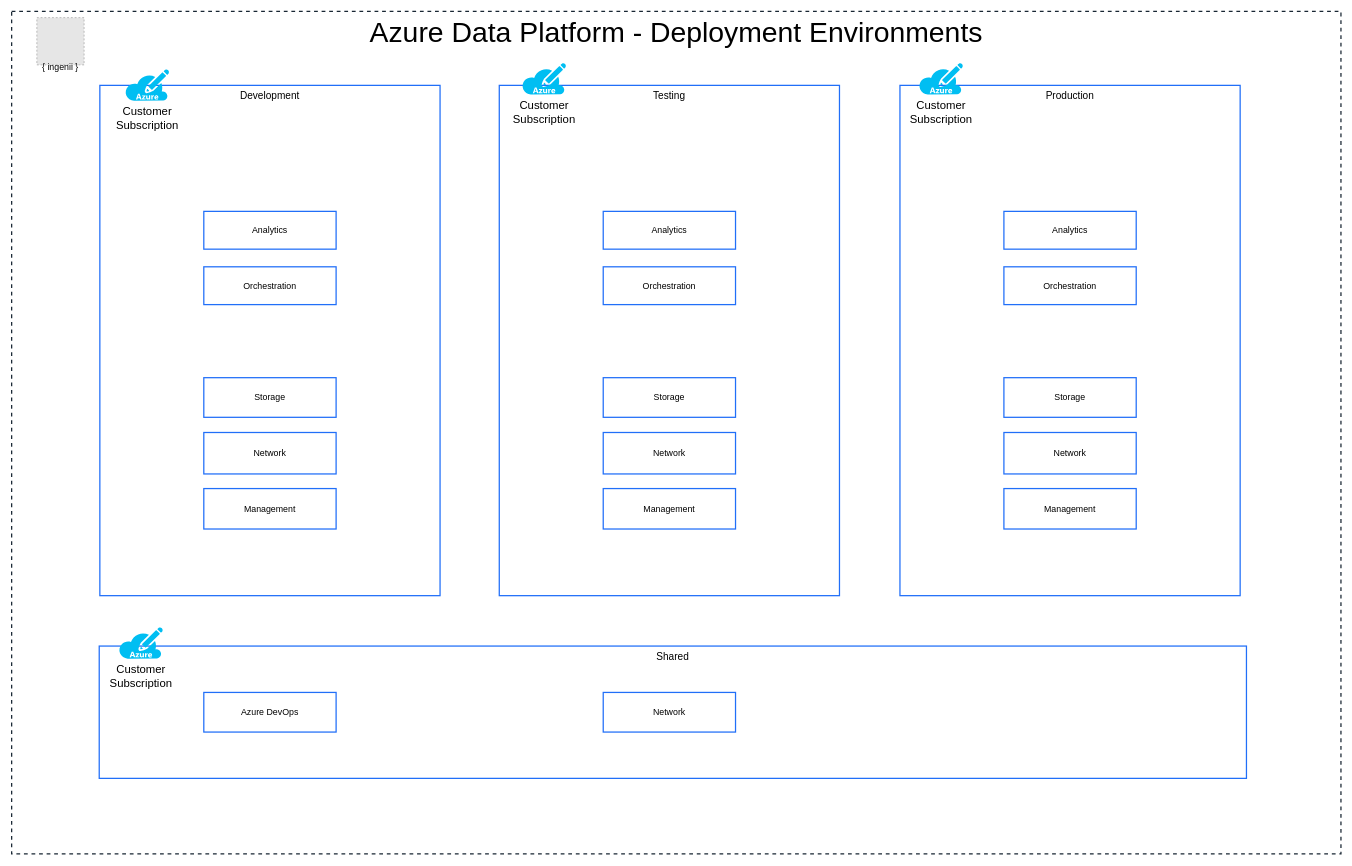
Before: docs/assets/adp-design-deployment-environments.drawio in rising-star92/python-azure-data-paltform, a draw.io diagram. Source tidied: cells renumbered, new cells numbered last; positions are measured from the earlier drawing's top-left corner, leaving out a move shared by most shapes. Both pictures are drawn from the tidied source at 63%, with x=0, y=0 at pixel (11, 11). Pictures stored in the file or linked from it are replaced by grey dashed boxes.
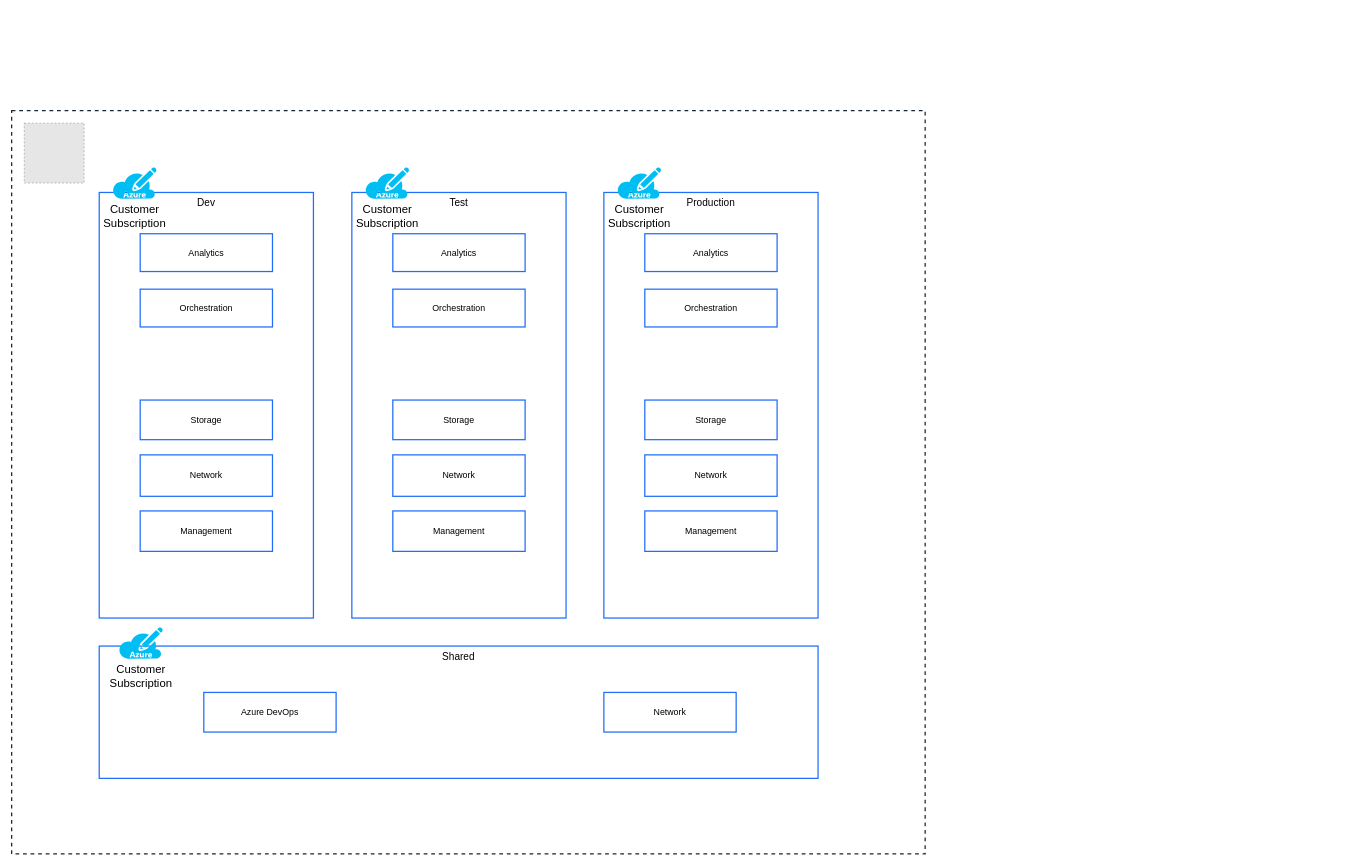
The same diagram, later.

What changed in the source:
```diff
@@
-    <mxCell id="2" value="Azure Data Platform - Deployment Environments" style="rounded=0;whiteSpace=wrap;html=1;dashed=1;labelBackgroundColor=none;sketch=0;fontSize=45;align=center;verticalAlign=top;fillColor=#FFFFFF;strokeColor=#182633;strokeWidth=2;fontStyle=0;" parent="1" vertex="1">
-      <mxGeometry y="0.5" width="2110" height="1337.5" as="geometry" />
+    <mxCell id="2" style="rounded=0;whiteSpace=wrap;html=1;dashed=1;labelBackgroundColor=none;sketch=0;fontSize=45;align=center;verticalAlign=top;fillColor=#FFFFFF;strokeColor=#182633;strokeWidth=2;fontStyle=0;" parent="1" vertex="1">
+      <mxGeometry y="158" width="1450" height="1180" as="geometry" />
     </mxCell>
-    <mxCell id="3" value="Development" style="rounded=0;whiteSpace=wrap;html=1;labelPosition=center;verticalLabelPosition=middle;align=center;verticalAlign=top;horizontal=1;direction=south;fontSize=16;sketch=0;fillColor=none;strokeWidth=2;strokeColor=#216FF8;fontStyle=0;" parent="1" vertex="1">
-      <mxGeometry x="140" y="118" width="540" height="810" as="geometry" />
-    </mxCell>
-    <mxCell id="4" value="{ ingenii }" style="fillColor=#E6E6E6;strokeColor=#999999;dashed=1;verticalLabelPosition=bottom;verticalAlign=top;fontSize=14;labelPosition=center;align=center;spacing=-10;fontStyle=0;" parent="1" vertex="1">
-      <mxGeometry x="40" y="10.5" width="75" height="75" as="geometry" />
-    </mxCell>
@@
-    <mxCell id="6" value="&lt;span style=&quot;font-size: 14px;&quot;&gt;Storage&lt;/span&gt;" style="rounded=0;whiteSpace=wrap;html=1;shadow=0;labelBackgroundColor=none;sketch=0;fontSize=14;verticalAlign=middle;fillStyle=zigzag;fillColor=none;strokeWidth=2;strokeColor=#216FF8;fontStyle=0;" parent="1" vertex="1">
-      <mxGeometry x="305" y="582" width="210" height="62.9" as="geometry" />
-    </mxCell>
-    <mxCell id="7" value="&lt;span style=&quot;font-size: 14px&quot;&gt;Network&lt;/span&gt;" style="rounded=0;whiteSpace=wrap;html=1;shadow=0;labelBackgroundColor=none;sketch=0;fontSize=14;verticalAlign=middle;fillStyle=zigzag;fillColor=none;strokeWidth=2;strokeColor=#216FF8;fontStyle=0;" parent="1" vertex="1">
-      <mxGeometry x="305" y="669" width="210" height="65.8" as="geometry" />
-    </mxCell>
-    <mxCell id="8" value="&lt;span style=&quot;font-size: 14px&quot;&gt;Management&lt;/span&gt;" style="rounded=0;whiteSpace=wrap;html=1;shadow=0;labelBackgroundColor=none;sketch=0;fontSize=14;verticalAlign=middle;fillStyle=zigzag;fillColor=none;strokeWidth=2;strokeColor=#216FF8;fontStyle=0;" parent="1" vertex="1">
-      <mxGeometry x="305" y="758" width="210" height="64.2" as="geometry" />
-    </mxCell>
-    <mxCell id="9" value="&lt;span style=&quot;font-size: 14px&quot;&gt;Orchestration&lt;/span&gt;" style="whiteSpace=wrap;html=1;shadow=0;labelBackgroundColor=none;sketch=0;fontSize=14;verticalAlign=middle;fillStyle=zigzag;fillColor=none;strokeWidth=2;strokeColor=#216FF8;fontStyle=0;" parent="1" vertex="1">
-      <mxGeometry x="305" y="406" width="210" height="60" as="geometry" />
-    </mxCell>
-    <mxCell id="10" value="&lt;span style=&quot;font-size: 14px&quot;&gt;Analytics&lt;/span&gt;" style="whiteSpace=wrap;html=1;shadow=0;labelBackgroundColor=none;sketch=0;fontSize=14;verticalAlign=middle;fillColor=none;strokeWidth=2;strokeColor=#216FF8;fontStyle=0;" parent="1" vertex="1">
-      <mxGeometry x="305" y="318" width="210" height="60" as="geometry" />
-    </mxCell>
-    <mxCell id="11" value="Testing" style="rounded=0;whiteSpace=wrap;html=1;labelPosition=center;verticalLabelPosition=middle;align=center;verticalAlign=top;horizontal=1;direction=south;fontSize=16;sketch=0;strokeWidth=2;fillColor=none;strokeColor=#216FF8;fontStyle=0;" parent="1" vertex="1">
-      <mxGeometry x="774" y="118" width="540" height="810" as="geometry" />
-    </mxCell>
-    <mxCell id="12" value="&lt;span style=&quot;font-size: 14px;&quot;&gt;Storage&lt;/span&gt;" style="rounded=0;whiteSpace=wrap;html=1;shadow=0;labelBackgroundColor=none;sketch=0;fontSize=14;verticalAlign=middle;fillStyle=zigzag;fillColor=none;strokeWidth=2;strokeColor=#216FF8;fontStyle=0;" parent="1" vertex="1">
-      <mxGeometry x="939" y="582" width="210" height="62.9" as="geometry" />
-    </mxCell>
-    <mxCell id="13" value="&lt;span style=&quot;font-size: 14px&quot;&gt;Network&lt;/span&gt;" style="rounded=0;whiteSpace=wrap;html=1;shadow=0;labelBackgroundColor=none;sketch=0;fontSize=14;verticalAlign=middle;fillStyle=zigzag;fillColor=none;strokeWidth=2;strokeColor=#216FF8;fontStyle=0;" parent="1" vertex="1">
-      <mxGeometry x="939" y="669" width="210" height="65.8" as="geometry" />
-    </mxCell>
-    <mxCell id="14" value="&lt;span style=&quot;font-size: 14px&quot;&gt;Management&lt;/span&gt;" style="rounded=0;whiteSpace=wrap;html=1;shadow=0;labelBackgroundColor=none;sketch=0;fontSize=14;verticalAlign=middle;fillStyle=zigzag;fillColor=none;strokeWidth=2;strokeColor=#216FF8;fontStyle=0;" parent="1" vertex="1">
-      <mxGeometry x="939" y="758" width="210" height="64.2" as="geometry" />
-    </mxCell>
-    <mxCell id="15" value="&lt;span&gt;Orchestration&lt;/span&gt;" style="whiteSpace=wrap;html=1;shadow=0;labelBackgroundColor=none;sketch=0;fontSize=14;verticalAlign=middle;fillStyle=zigzag;fillColor=none;strokeWidth=2;strokeColor=#216FF8;fontStyle=0;" parent="1" vertex="1">
-      <mxGeometry x="939" y="406" width="210" height="60" as="geometry" />
-    </mxCell>
-    <mxCell id="16" value="&lt;span&gt;Analytics&lt;/span&gt;" style="whiteSpace=wrap;html=1;shadow=0;labelBackgroundColor=none;sketch=0;fontSize=14;verticalAlign=middle;fillColor=none;strokeWidth=2;strokeColor=#216FF8;fontStyle=0;" parent="1" vertex="1">
-      <mxGeometry x="939" y="318" width="210" height="60" as="geometry" />
-    </mxCell>
-    <mxCell id="17" value="Production" style="rounded=0;whiteSpace=wrap;html=1;labelPosition=center;verticalLabelPosition=middle;align=center;verticalAlign=top;horizontal=1;direction=south;fontSize=16;sketch=0;fillColor=none;strokeWidth=2;strokeColor=#216FF8;fontStyle=0;" parent="1" vertex="1">
-      <mxGeometry x="1410" y="118" width="540" height="810" as="geometry" />
-    </mxCell>
-    <mxCell id="18" value="&lt;span style=&quot;font-size: 14px;&quot;&gt;Storage&lt;/span&gt;" style="rounded=0;whiteSpace=wrap;html=1;shadow=0;labelBackgroundColor=none;sketch=0;fontSize=14;verticalAlign=middle;fillStyle=zigzag;fillColor=none;strokeWidth=2;strokeColor=#216FF8;fontStyle=0;" parent="1" vertex="1">
-      <mxGeometry x="1575" y="582" width="210" height="62.9" as="geometry" />
-    </mxCell>
-    <mxCell id="19" value="&lt;span style=&quot;font-size: 14px&quot;&gt;Network&lt;/span&gt;" style="rounded=0;whiteSpace=wrap;html=1;shadow=0;labelBackgroundColor=none;sketch=0;fontSize=14;verticalAlign=middle;fillStyle=zigzag;fillColor=none;strokeWidth=2;strokeColor=#216FF8;fontStyle=0;" parent="1" vertex="1">
-      <mxGeometry x="1575" y="669" width="210" height="65.8" as="geometry" />
-    </mxCell>
-    <mxCell id="20" value="&lt;span style=&quot;font-size: 14px&quot;&gt;Management&lt;/span&gt;" style="rounded=0;whiteSpace=wrap;html=1;shadow=0;labelBackgroundColor=none;sketch=0;fontSize=14;verticalAlign=middle;fillStyle=zigzag;fillColor=none;strokeWidth=2;strokeColor=#216FF8;fontStyle=0;" parent="1" vertex="1">
-      <mxGeometry x="1575" y="758" width="210" height="64.2" as="geometry" />
-    </mxCell>
-    <mxCell id="21" value="&lt;span&gt;Orchestration&lt;/span&gt;" style="whiteSpace=wrap;html=1;shadow=0;labelBackgroundColor=none;sketch=0;fontSize=14;verticalAlign=middle;fillStyle=zigzag;fillColor=none;strokeWidth=2;strokeColor=#216FF8;fontStyle=0;" parent="1" vertex="1">
-      <mxGeometry x="1575" y="406" width="210" height="60" as="geometry" />
-    </mxCell>
-    <mxCell id="22" value="&lt;span&gt;Analytics&lt;/span&gt;" style="whiteSpace=wrap;html=1;shadow=0;labelBackgroundColor=none;sketch=0;fontSize=14;verticalAlign=middle;fillColor=none;strokeWidth=2;strokeColor=#216FF8;fontStyle=0;" parent="1" vertex="1">
-      <mxGeometry x="1575" y="318" width="210" height="60" as="geometry" />
-    </mxCell>
     <mxCell id="23" value="Shared" style="rounded=0;whiteSpace=wrap;html=1;labelPosition=center;verticalLabelPosition=middle;align=center;verticalAlign=top;horizontal=1;direction=south;fontSize=16;sketch=0;fillColor=none;strokeWidth=2;strokeColor=#216FF8;fontStyle=0;" parent="1" vertex="1">
-      <mxGeometry x="139" y="1008" width="1821" height="210" as="geometry" />
+      <mxGeometry x="139" y="1008" width="1141" height="210" as="geometry" />
     </mxCell>
@@
-    <mxCell id="25" value="Customer&lt;br&gt;Subscription" style="verticalLabelPosition=bottom;html=1;verticalAlign=top;align=center;strokeColor=none;fillColor=#00BEF2;shape=mxgraph.azure.azure_subscription;rounded=0;dashed=1;labelBackgroundColor=none;sketch=0;fontSize=18;strokeWidth=2;fontStyle=0;" parent="1" vertex="1">
-      <mxGeometry x="810" y="82.5" width="70" height="50" as="geometry" />
-    </mxCell>
-    <mxCell id="26" value="Customer&lt;br&gt;Subscription" style="verticalLabelPosition=bottom;html=1;verticalAlign=top;align=center;strokeColor=none;fillColor=#00BEF2;shape=mxgraph.azure.azure_subscription;rounded=0;dashed=1;labelBackgroundColor=none;sketch=0;fontSize=18;strokeWidth=2;fontStyle=0;" parent="1" vertex="1">
-      <mxGeometry x="1440" y="82.5" width="70" height="50" as="geometry" />
-    </mxCell>
-    <mxCell id="27" value="Customer&lt;br&gt;Subscription" style="verticalLabelPosition=bottom;html=1;verticalAlign=top;align=center;strokeColor=none;fillColor=#00BEF2;shape=mxgraph.azure.azure_subscription;rounded=0;dashed=1;labelBackgroundColor=none;sketch=0;fontSize=18;strokeWidth=2;fontStyle=0;" parent="1" vertex="1">
-      <mxGeometry x="180" y="92.5" width="70" height="50" as="geometry" />
-    </mxCell>
     <mxCell id="28" value="&lt;span&gt;Network&lt;/span&gt;" style="rounded=0;whiteSpace=wrap;html=1;shadow=0;labelBackgroundColor=none;sketch=0;fontSize=14;verticalAlign=middle;fillStyle=zigzag;strokeColor=#216FF8;strokeWidth=2;fontStyle=0;" parent="1" vertex="1">
-      <mxGeometry x="939" y="1081.6" width="210" height="62.9" as="geometry" />
+      <mxGeometry x="940" y="1081.6" width="210" height="62.9" as="geometry" />
     </mxCell>
@@
+    <mxCell id="30" style="fillColor=#E6E6E6;strokeColor=#999999;dashed=1;verticalLabelPosition=bottom;verticalAlign=top;" parent="1" vertex="1">
+      <mxGeometry x="20" y="178" width="95" height="95" as="geometry" />
+    </mxCell>
+    <mxCell id="31" value="Dev" style="rounded=0;whiteSpace=wrap;html=1;labelPosition=center;verticalLabelPosition=middle;align=center;verticalAlign=top;horizontal=1;direction=south;fontSize=16;sketch=0;fillColor=none;strokeWidth=2;strokeColor=#216FF8;fontStyle=0;" parent="1" vertex="1">
+      <mxGeometry x="139" y="288" width="340" height="675.5" as="geometry" />
+    </mxCell>
+    <mxCell id="32" value="&lt;span style=&quot;font-size: 14px;&quot;&gt;Storage&lt;/span&gt;" style="rounded=0;whiteSpace=wrap;html=1;shadow=0;labelBackgroundColor=none;sketch=0;fontSize=14;verticalAlign=middle;fillStyle=zigzag;fillColor=none;strokeWidth=2;strokeColor=#216FF8;fontStyle=0;" parent="1" vertex="1">
+      <mxGeometry x="204" y="617.5" width="210" height="62.9" as="geometry" />
+    </mxCell>
+    <mxCell id="33" value="&lt;span style=&quot;font-size: 14px&quot;&gt;Network&lt;/span&gt;" style="rounded=0;whiteSpace=wrap;html=1;shadow=0;labelBackgroundColor=none;sketch=0;fontSize=14;verticalAlign=middle;fillStyle=zigzag;fillColor=none;strokeWidth=2;strokeColor=#216FF8;fontStyle=0;" parent="1" vertex="1">
+      <mxGeometry x="204" y="704.5" width="210" height="65.8" as="geometry" />
+    </mxCell>
+    <mxCell id="34" value="&lt;span style=&quot;font-size: 14px&quot;&gt;Management&lt;/span&gt;" style="rounded=0;whiteSpace=wrap;html=1;shadow=0;labelBackgroundColor=none;sketch=0;fontSize=14;verticalAlign=middle;fillStyle=zigzag;fillColor=none;strokeWidth=2;strokeColor=#216FF8;fontStyle=0;" parent="1" vertex="1">
+      <mxGeometry x="204" y="793.5" width="210" height="64.2" as="geometry" />
+    </mxCell>
+    <mxCell id="35" value="&lt;span&gt;Orchestration&lt;/span&gt;" style="whiteSpace=wrap;html=1;shadow=0;labelBackgroundColor=none;sketch=0;fontSize=14;verticalAlign=middle;fillStyle=zigzag;fillColor=none;strokeWidth=2;strokeColor=#216FF8;fontStyle=0;" parent="1" vertex="1">
+      <mxGeometry x="204" y="441.5" width="210" height="60" as="geometry" />
+    </mxCell>
+    <mxCell id="36" value="&lt;span&gt;Analytics&lt;/span&gt;" style="whiteSpace=wrap;html=1;shadow=0;labelBackgroundColor=none;sketch=0;fontSize=14;verticalAlign=middle;fillColor=none;strokeWidth=2;strokeColor=#216FF8;fontStyle=0;" parent="1" vertex="1">
+      <mxGeometry x="204" y="353.5" width="210" height="60" as="geometry" />
+    </mxCell>
+    <mxCell id="37" value="Customer&lt;br&gt;Subscription" style="verticalLabelPosition=bottom;html=1;verticalAlign=top;align=center;strokeColor=none;fillColor=#00BEF2;shape=mxgraph.azure.azure_subscription;rounded=0;dashed=1;labelBackgroundColor=none;sketch=0;fontSize=18;strokeWidth=2;fontStyle=0;" parent="1" vertex="1">
+      <mxGeometry x="160" y="248" width="70" height="50" as="geometry" />
+    </mxCell>
+    <mxCell id="38" value="Test" style="rounded=0;whiteSpace=wrap;html=1;labelPosition=center;verticalLabelPosition=middle;align=center;verticalAlign=top;horizontal=1;direction=south;fontSize=16;sketch=0;fillColor=none;strokeWidth=2;strokeColor=#216FF8;fontStyle=0;" parent="1" vertex="1">
+      <mxGeometry x="540" y="288" width="340" height="675.5" as="geometry" />
+    </mxCell>
+    <mxCell id="39" value="&lt;span style=&quot;font-size: 14px;&quot;&gt;Storage&lt;/span&gt;" style="rounded=0;whiteSpace=wrap;html=1;shadow=0;labelBackgroundColor=none;sketch=0;fontSize=14;verticalAlign=middle;fillStyle=zigzag;fillColor=none;strokeWidth=2;strokeColor=#216FF8;fontStyle=0;" parent="1" vertex="1">
+      <mxGeometry x="605" y="617.5" width="210" height="62.9" as="geometry" />
+    </mxCell>
+    <mxCell id="40" value="&lt;span style=&quot;font-size: 14px&quot;&gt;Network&lt;/span&gt;" style="rounded=0;whiteSpace=wrap;html=1;shadow=0;labelBackgroundColor=none;sketch=0;fontSize=14;verticalAlign=middle;fillStyle=zigzag;fillColor=none;strokeWidth=2;strokeColor=#216FF8;fontStyle=0;" parent="1" vertex="1">
+      <mxGeometry x="605" y="704.5" width="210" height="65.8" as="geometry" />
+    </mxCell>
+    <mxCell id="41" value="&lt;span style=&quot;font-size: 14px&quot;&gt;Management&lt;/span&gt;" style="rounded=0;whiteSpace=wrap;html=1;shadow=0;labelBackgroundColor=none;sketch=0;fontSize=14;verticalAlign=middle;fillStyle=zigzag;fillColor=none;strokeWidth=2;strokeColor=#216FF8;fontStyle=0;" parent="1" vertex="1">
+      <mxGeometry x="605" y="793.5" width="210" height="64.2" as="geometry" />
+    </mxCell>
+    <mxCell id="42" value="&lt;span&gt;Orchestration&lt;/span&gt;" style="whiteSpace=wrap;html=1;shadow=0;labelBackgroundColor=none;sketch=0;fontSize=14;verticalAlign=middle;fillStyle=zigzag;fillColor=none;strokeWidth=2;strokeColor=#216FF8;fontStyle=0;" parent="1" vertex="1">
+      <mxGeometry x="605" y="441.5" width="210" height="60" as="geometry" />
+    </mxCell>
+    <mxCell id="43" value="&lt;span&gt;Analytics&lt;/span&gt;" style="whiteSpace=wrap;html=1;shadow=0;labelBackgroundColor=none;sketch=0;fontSize=14;verticalAlign=middle;fillColor=none;strokeWidth=2;strokeColor=#216FF8;fontStyle=0;" parent="1" vertex="1">
+      <mxGeometry x="605" y="353.5" width="210" height="60" as="geometry" />
+    </mxCell>
+    <mxCell id="44" value="Customer&lt;br&gt;Subscription" style="verticalLabelPosition=bottom;html=1;verticalAlign=top;align=center;strokeColor=none;fillColor=#00BEF2;shape=mxgraph.azure.azure_subscription;rounded=0;dashed=1;labelBackgroundColor=none;sketch=0;fontSize=18;strokeWidth=2;fontStyle=0;" parent="1" vertex="1">
+      <mxGeometry x="561" y="248" width="70" height="50" as="geometry" />
+    </mxCell>
+    <mxCell id="17" value="Production" style="rounded=0;whiteSpace=wrap;html=1;labelPosition=center;verticalLabelPosition=middle;align=center;verticalAlign=top;horizontal=1;direction=south;fontSize=16;sketch=0;fillColor=none;strokeWidth=2;strokeColor=#216FF8;fontStyle=0;" parent="1" vertex="1">
+      <mxGeometry x="940" y="288" width="340" height="675.5" as="geometry" />
+    </mxCell>
+    <mxCell id="45" value="&lt;span style=&quot;font-size: 14px;&quot;&gt;Storage&lt;/span&gt;" style="rounded=0;whiteSpace=wrap;html=1;shadow=0;labelBackgroundColor=none;sketch=0;fontSize=14;verticalAlign=middle;fillStyle=zigzag;fillColor=none;strokeWidth=2;strokeColor=#216FF8;fontStyle=0;" parent="1" vertex="1">
+      <mxGeometry x="1005" y="617.5" width="210" height="62.9" as="geometry" />
+    </mxCell>
+    <mxCell id="46" value="&lt;span style=&quot;font-size: 14px&quot;&gt;Network&lt;/span&gt;" style="rounded=0;whiteSpace=wrap;html=1;shadow=0;labelBackgroundColor=none;sketch=0;fontSize=14;verticalAlign=middle;fillStyle=zigzag;fillColor=none;strokeWidth=2;strokeColor=#216FF8;fontStyle=0;" parent="1" vertex="1">
+      <mxGeometry x="1005" y="704.5" width="210" height="65.8" as="geometry" />
+    </mxCell>
+    <mxCell id="47" value="&lt;span style=&quot;font-size: 14px&quot;&gt;Management&lt;/span&gt;" style="rounded=0;whiteSpace=wrap;html=1;shadow=0;labelBackgroundColor=none;sketch=0;fontSize=14;verticalAlign=middle;fillStyle=zigzag;fillColor=none;strokeWidth=2;strokeColor=#216FF8;fontStyle=0;" parent="1" vertex="1">
+      <mxGeometry x="1005" y="793.5" width="210" height="64.2" as="geometry" />
+    </mxCell>
+    <mxCell id="48" value="&lt;span&gt;Orchestration&lt;/span&gt;" style="whiteSpace=wrap;html=1;shadow=0;labelBackgroundColor=none;sketch=0;fontSize=14;verticalAlign=middle;fillStyle=zigzag;fillColor=none;strokeWidth=2;strokeColor=#216FF8;fontStyle=0;" parent="1" vertex="1">
+      <mxGeometry x="1005" y="441.5" width="210" height="60" as="geometry" />
+    </mxCell>
+    <mxCell id="49" value="&lt;span&gt;Analytics&lt;/span&gt;" style="whiteSpace=wrap;html=1;shadow=0;labelBackgroundColor=none;sketch=0;fontSize=14;verticalAlign=middle;fillColor=none;strokeWidth=2;strokeColor=#216FF8;fontStyle=0;" parent="1" vertex="1">
+      <mxGeometry x="1005" y="353.5" width="210" height="60" as="geometry" />
+    </mxCell>
+    <mxCell id="50" value="Customer&lt;br&gt;Subscription" style="verticalLabelPosition=bottom;html=1;verticalAlign=top;align=center;strokeColor=none;fillColor=#00BEF2;shape=mxgraph.azure.azure_subscription;rounded=0;dashed=1;labelBackgroundColor=none;sketch=0;fontSize=18;strokeWidth=2;fontStyle=0;" parent="1" vertex="1">
+      <mxGeometry x="961" y="248" width="70" height="50" as="geometry" />
+    </mxCell>
```
